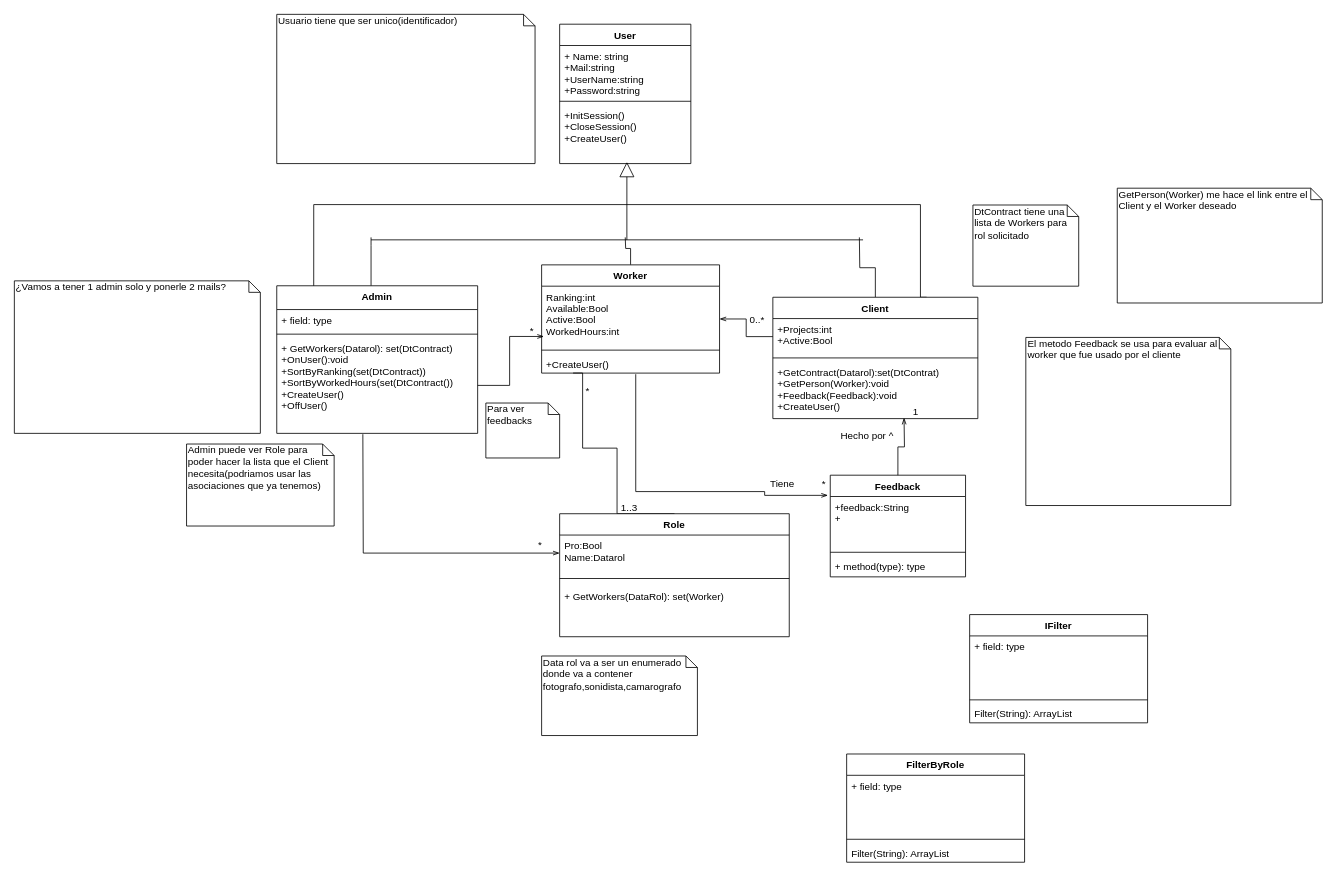
Above: Ignis.drawio in ucudal/pii_2019_equipo8 (draw.io), before the change. Source tidied: cells renumbered, new cells numbered last; positions are measured from the earlier drawing's top-left corner, leaving out a move shared by most shapes. Both pictures are drawn from the tidied source at 82%, with x=0, y=0 at pixel (14, 14).
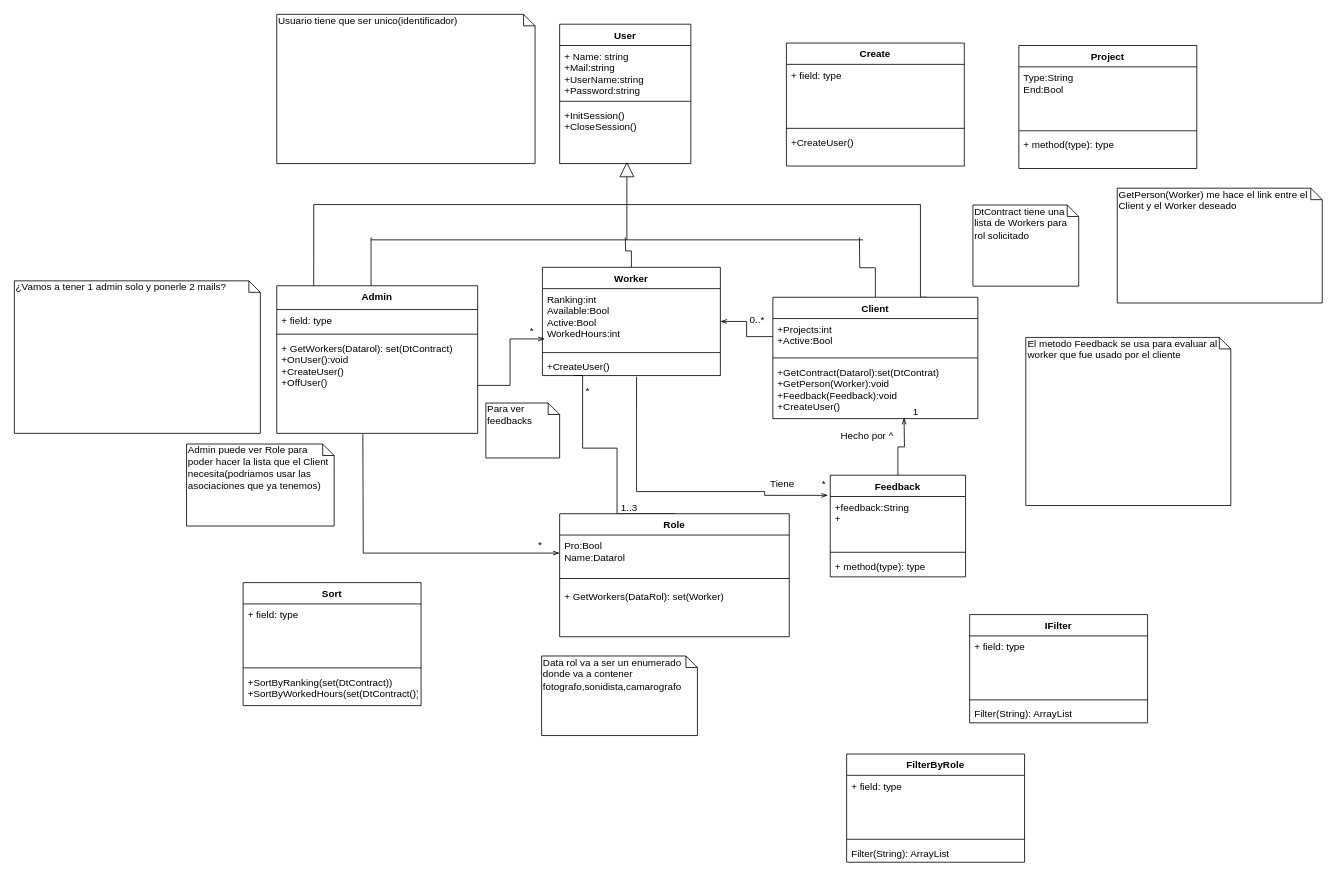
The same page after the edit.

Commit message:
Agregue las clases Sort, Create y Project al esquema

Unchanged cells that the change refers to:
```xml
<mxCell id="2" value="User" style="swimlane;fontStyle=1;align=center;verticalAlign=top;horizontal=1;startSize=26;" parent="1" vertex="1">
  <mxGeometry x="665" y="12" width="160" height="170" as="geometry" />
</mxCell>
<mxCell id="45" value="Admin" style="swimlane;fontStyle=1;align=center;verticalAlign=top;horizontal=1;startSize=29;" parent="44" vertex="1">
  <mxGeometry width="245" height="180" as="geometry" />
</mxCell>
```

What changed in the source:
```diff
@@
-    <mxCell id="5" value="+InitSession()&#10;+CloseSession()&#10;+CreateUser()" style="text;strokeColor=none;fillColor=none;align=left;verticalAlign=top;spacingLeft=4;spacingRight=4;overflow=hidden;" parent="2" vertex="1">
+    <mxCell id="5" value="+InitSession()&#10;+CloseSession()&#10;&#10;" style="text;strokeColor=none;fillColor=none;align=left;verticalAlign=top;spacingLeft=4;spacingRight=4;overflow=hidden;" parent="2" vertex="1">
       <mxGeometry y="98" width="160" height="72" as="geometry" />
     </mxCell>
@@
     <mxCell id="10" value="Worker" style="swimlane;fontStyle=1;align=center;verticalAlign=top;horizontal=1;startSize=26;" parent="1" vertex="1">
-      <mxGeometry x="643" y="305.5" width="217" height="132" as="geometry" />
+      <mxGeometry x="644" y="308.5" width="217" height="132" as="geometry" />
     </mxCell>
@@
-    <mxCell id="48" value="+ GetWorkers(Datarol): set(DtContract)&#10;+OnUser():void&#10;+SortByRanking(set(DtContract))&#10;+SortByWorkedHours(set(DtContract())&#10;+CreateUser()&#10;+OffUser()&#10;&#10;" style="text;strokeColor=none;fillColor=none;align=left;verticalAlign=top;spacingLeft=4;spacingRight=4;overflow=hidden;points=[[0,0.5],[1,0.5]];portConstraint=eastwest;" parent="45" vertex="1">
+    <mxCell id="48" value="+ GetWorkers(Datarol): set(DtContract)&#10;+OnUser():void&#10;+CreateUser()&#10;+OffUser()&#10;&#10;" style="text;strokeColor=none;fillColor=none;align=left;verticalAlign=top;spacingLeft=4;spacingRight=4;overflow=hidden;points=[[0,0.5],[1,0.5]];portConstraint=eastwest;" parent="45" vertex="1">
       <mxGeometry y="63" width="245" height="117" as="geometry" />
     </mxCell>
@@
+    <mxCell id="64" value="Sort" style="swimlane;fontStyle=1;align=center;verticalAlign=top;horizontal=1;startSize=26;" parent="1" vertex="1">
+      <mxGeometry x="279" y="693" width="217" height="150" as="geometry" />
+    </mxCell>
+    <mxCell id="65" value="+ field: type&#10;" style="text;strokeColor=none;fillColor=none;align=left;verticalAlign=top;spacingLeft=4;spacingRight=4;overflow=hidden;" parent="64" vertex="1">
+      <mxGeometry y="26" width="217" height="74" as="geometry" />
+    </mxCell>
+    <mxCell id="66" style="line;strokeWidth=1;fillColor=none;align=left;verticalAlign=middle;spacingTop=-1;spacingLeft=3;spacingRight=3;labelPosition=right;" parent="64" vertex="1">
+      <mxGeometry y="100" width="217" height="8" as="geometry" />
+    </mxCell>
+    <mxCell id="67" value="+SortByRanking(set(DtContract))&#10;+SortByWorkedHours(set(DtContract())&#10;&#10;" style="text;strokeColor=none;fillColor=none;align=left;verticalAlign=top;spacingLeft=4;spacingRight=4;overflow=hidden;" parent="64" vertex="1">
+      <mxGeometry y="108" width="217" height="42" as="geometry" />
+    </mxCell>
+    <mxCell id="68" value="Project" style="swimlane;fontStyle=1;align=center;verticalAlign=top;horizontal=1;startSize=26;" parent="1" vertex="1">
+      <mxGeometry x="1225" y="38" width="217" height="150" as="geometry" />
+    </mxCell>
+    <mxCell id="69" value="Type:String&#10;End:Bool" style="text;strokeColor=none;fillColor=none;align=left;verticalAlign=top;spacingLeft=4;spacingRight=4;overflow=hidden;" parent="68" vertex="1">
+      <mxGeometry y="26" width="217" height="74" as="geometry" />
+    </mxCell>
+    <mxCell id="70" style="line;strokeWidth=1;fillColor=none;align=left;verticalAlign=middle;spacingTop=-1;spacingLeft=3;spacingRight=3;labelPosition=right;" parent="68" vertex="1">
+      <mxGeometry y="100" width="217" height="8" as="geometry" />
+    </mxCell>
+    <mxCell id="71" value="+ method(type): type&#10;" style="text;strokeColor=none;fillColor=none;align=left;verticalAlign=top;spacingLeft=4;spacingRight=4;overflow=hidden;" parent="68" vertex="1">
+      <mxGeometry y="108" width="217" height="42" as="geometry" />
+    </mxCell>
+    <mxCell id="72" value="Create" style="swimlane;fontStyle=1;align=center;verticalAlign=top;horizontal=1;startSize=26;" parent="1" vertex="1">
+      <mxGeometry x="941.5" y="35" width="217" height="150" as="geometry" />
+    </mxCell>
+    <mxCell id="73" value="+ field: type&#10;&#10;" style="text;strokeColor=none;fillColor=none;align=left;verticalAlign=top;spacingLeft=4;spacingRight=4;overflow=hidden;" parent="72" vertex="1">
+      <mxGeometry y="26" width="217" height="74" as="geometry" />
+    </mxCell>
+    <mxCell id="74" style="line;strokeWidth=1;fillColor=none;align=left;verticalAlign=middle;spacingTop=-1;spacingLeft=3;spacingRight=3;labelPosition=right;" parent="72" vertex="1">
+      <mxGeometry y="100" width="217" height="8" as="geometry" />
+    </mxCell>
+    <mxCell id="75" value="+CreateUser()&#10;" style="text;strokeColor=none;fillColor=none;align=left;verticalAlign=top;spacingLeft=4;spacingRight=4;overflow=hidden;" parent="72" vertex="1">
+      <mxGeometry y="108" width="217" height="42" as="geometry" />
+    </mxCell>
```
